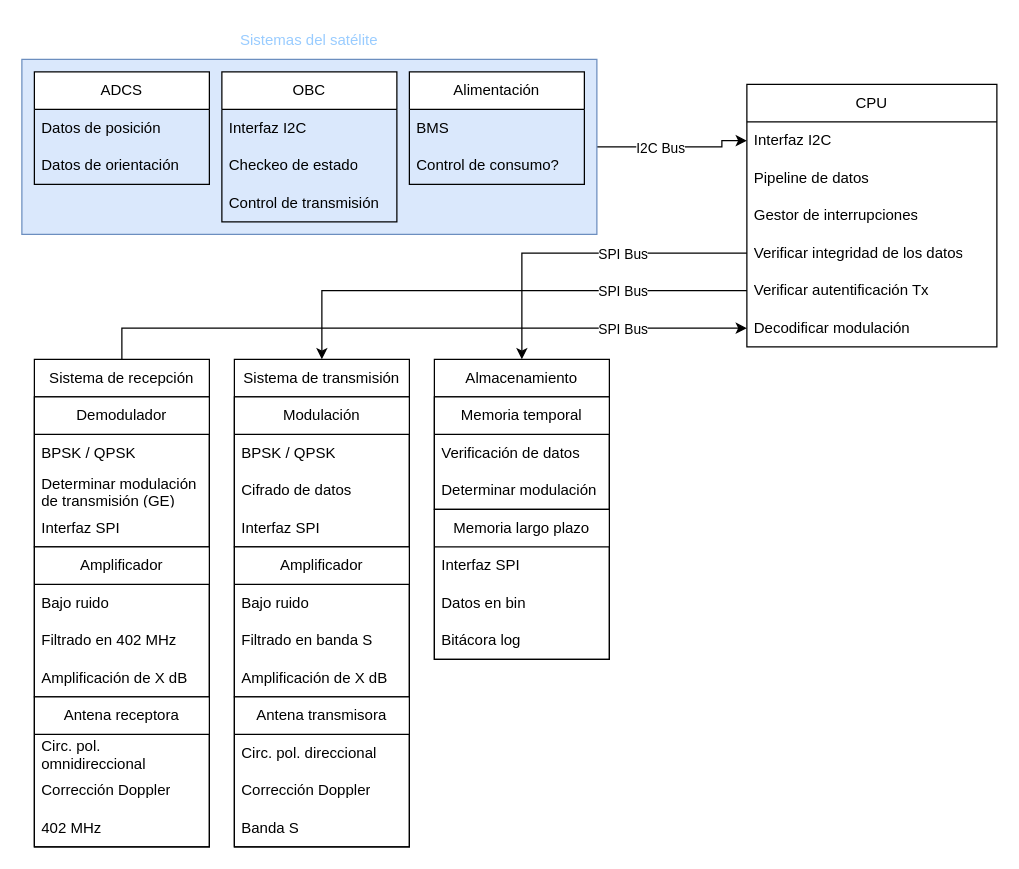
Earlier version of the draw.io diagram page "TLD" (2 of 2) of BIFROST_TLD.drawio (Nayco-u/practica_dts). Source tidied: cells renumbered, new cells numbered last; positions are measured from the earlier drawing's top-left corner, leaving out a move shared by most shapes. Both pictures are drawn from the tidied source at 125%, with x=0, y=0 at pixel (21, 21).
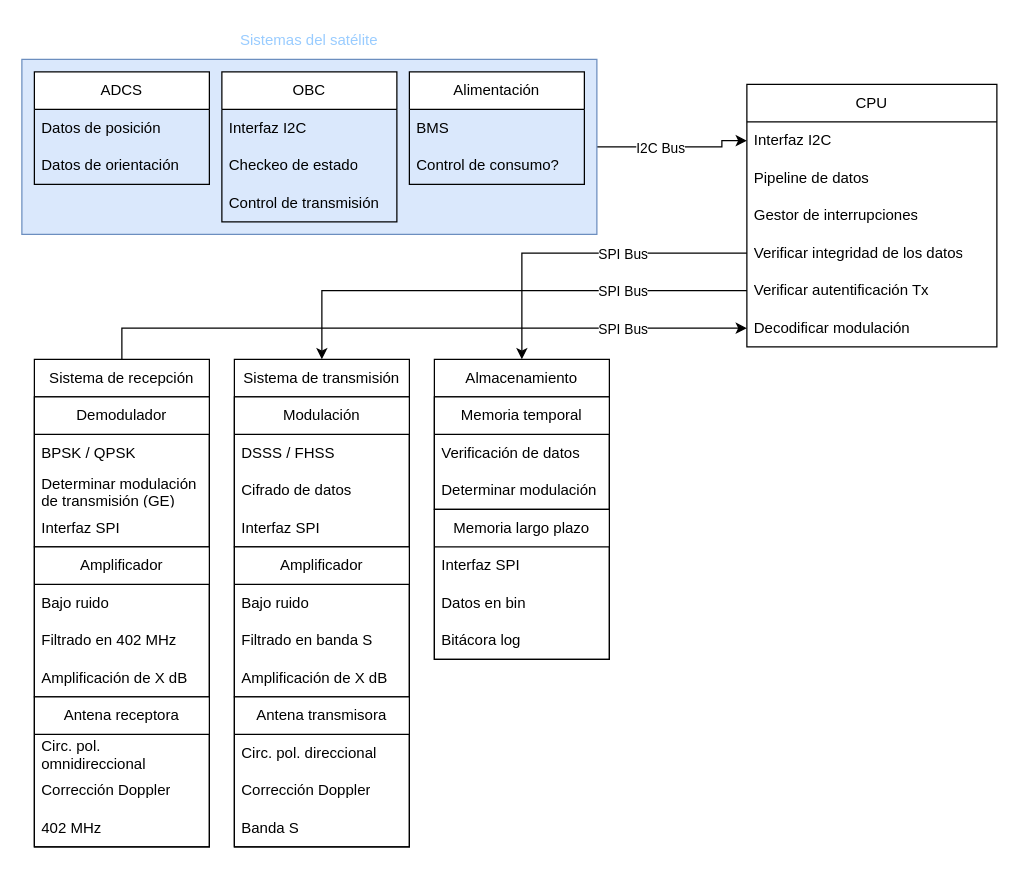
Above is the later version.

The change refers to these unchanged cells:
```xml
<mxCell id="39" value="Modulación" style="swimlane;fontStyle=0;horizontal=1;startSize=30;whiteSpace=wrap;html=1;" parent="38" vertex="1">
  <mxGeometry y="30" width="140" height="120" as="geometry" />
</mxCell>
```

What changed in the source:
```diff
@@
-    <mxCell id="40" value="BPSK / QPSK" style="text;strokeColor=none;fillColor=none;align=left;verticalAlign=middle;spacingLeft=4;spacingRight=4;overflow=hidden;whiteSpace=wrap;html=1;" parent="39" vertex="1">
+    <mxCell id="40" value="DSSS / FHSS" style="text;strokeColor=none;fillColor=none;align=left;verticalAlign=middle;spacingLeft=4;spacingRight=4;overflow=hidden;whiteSpace=wrap;html=1;" parent="39" vertex="1">
       <mxGeometry y="30" width="140" height="30" as="geometry" />
     </mxCell>
```
